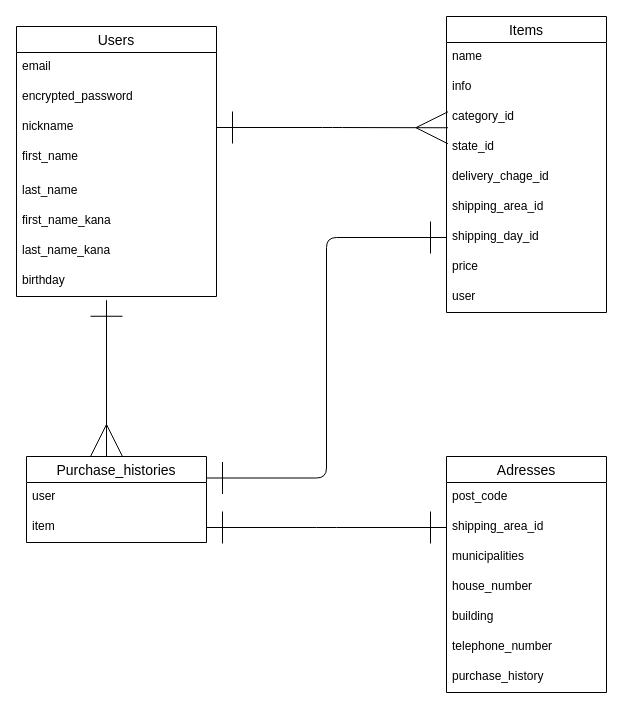
Before: er.dio in naoki39/furima-37393, a draw.io diagram. Source tidied: cells renumbered, new cells numbered last; positions are measured from the earlier drawing's top-left corner, leaving out a move shared by most shapes. Both pictures are drawn from the tidied source at 100%, with x=0, y=0 at pixel (16, 16).
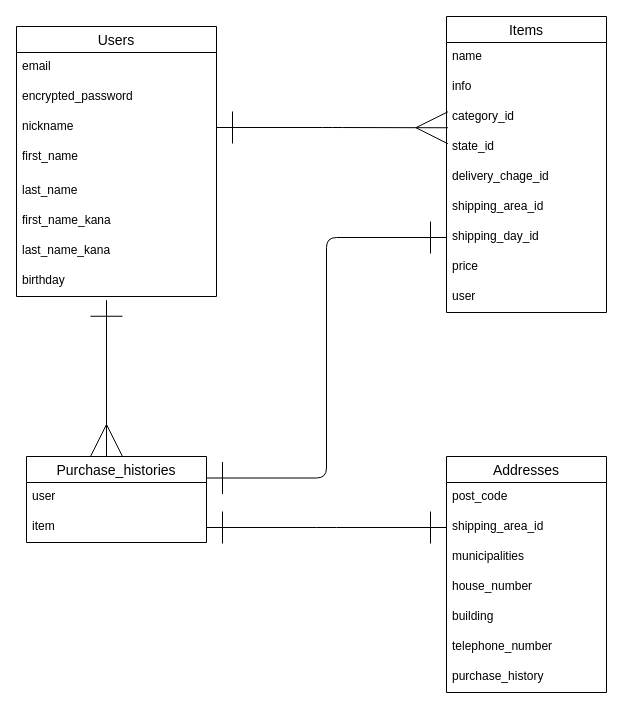
After the change.

Commit message (it also covers changes not shown here):
ER図とREADMEの修正③

The edit, as a diff of the source:
```diff
@@
-    <mxCell id="21" value="Adresses" style="swimlane;fontStyle=0;horizontal=1;startSize=26;align=center;fontSize=14;" parent="1" vertex="1">
+    <mxCell id="21" value="Addresses" style="swimlane;fontStyle=0;horizontal=1;startSize=26;align=center;fontSize=14;" parent="1" vertex="1">
       <mxGeometry x="430" y="440" width="160" height="236" as="geometry" />
     </mxCell>
```
